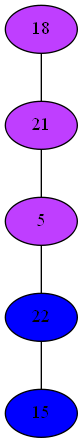
This is Compiler/34phiGraph.png from mbajaj92/Project-Astoria, a Graphviz export, as it was before one commit. Its source is kept beside it as Compiler/34phiGraph.dot. Source of this version:
```dot
strict graph {
18[label="18" style=filled fillcolor="darkorchid1"];
18 -- 21
21[label="21" style=filled fillcolor="darkorchid1"];
21 -- 18
21 -- 5
5[label="5" style=filled fillcolor="darkorchid1"];
5 -- 21
5 -- 22
22[label="22" style=filled fillcolor="blue1"];
22 -- 5
22 -- 15
15[label="15" style=filled fillcolor="blue1"];
15 -- 22
}
```
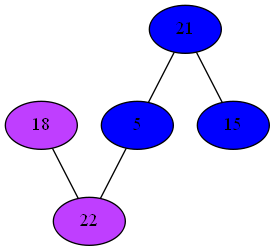
The same diagram one commit later.

The edit, as a diff of the source:
```diff
@@ -1,15 +1,15 @@
 strict graph {
 18[label="18" style=filled fillcolor="darkorchid1"];
-18 -- 21
-21[label="21" style=filled fillcolor="darkorchid1"];
-21 -- 18
+18 -- 22
+21[label="21" style=filled fillcolor="blue1"];
 21 -- 5
-5[label="5" style=filled fillcolor="darkorchid1"];
+21 -- 15
+5[label="5" style=filled fillcolor="blue1"];
 5 -- 21
 5 -- 22
-22[label="22" style=filled fillcolor="blue1"];
+22[label="22" style=filled fillcolor="darkorchid1"];
+22 -- 18
 22 -- 5
-22 -- 15
 15[label="15" style=filled fillcolor="blue1"];
-15 -- 22
+15 -- 21
 }
```
